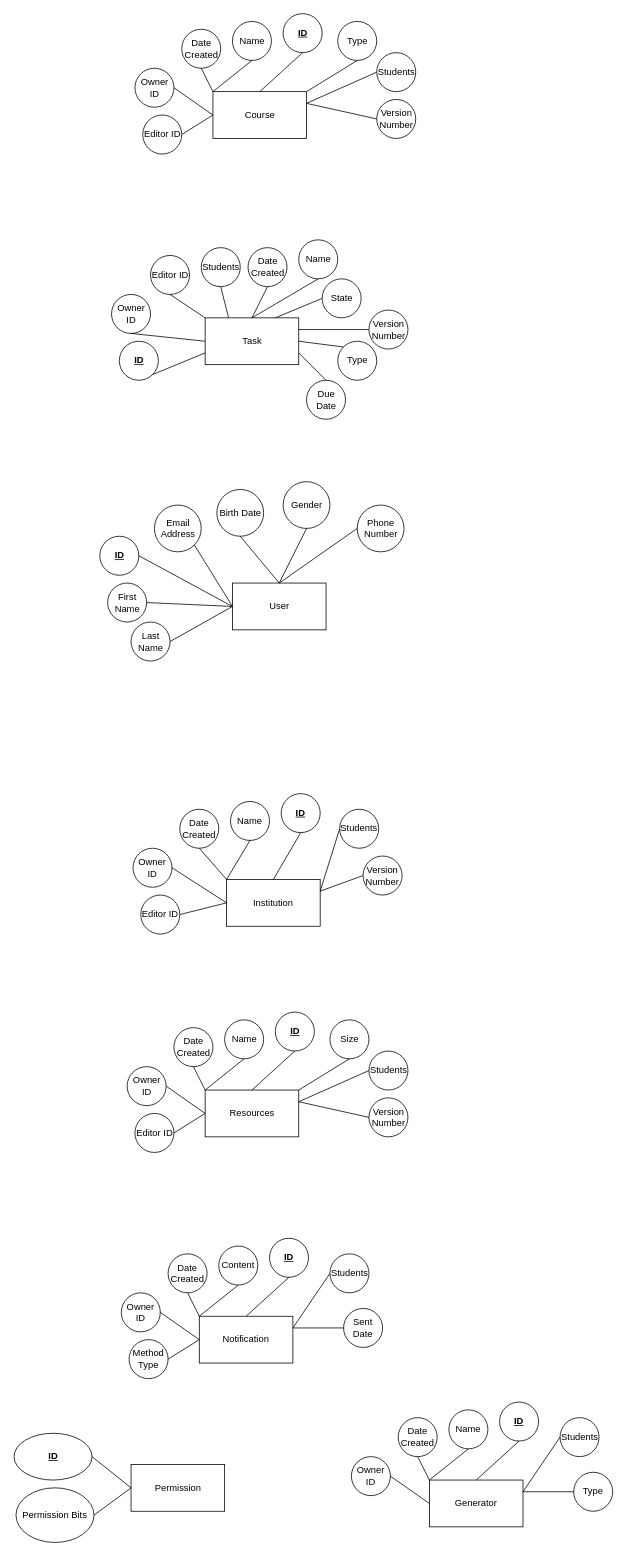
Apollo-LW/Apollo-LW keeps this draw.io diagram as diagrams/db/DatabaseER.drawio. Above is the earlier version. Source tidied: cells renumbered, new cells numbered last; positions are measured from the earlier drawing's top-left corner, leaving out a move shared by most shapes. Both pictures are drawn from the tidied source at 78%, with x=0, y=0 at pixel (14, 13).
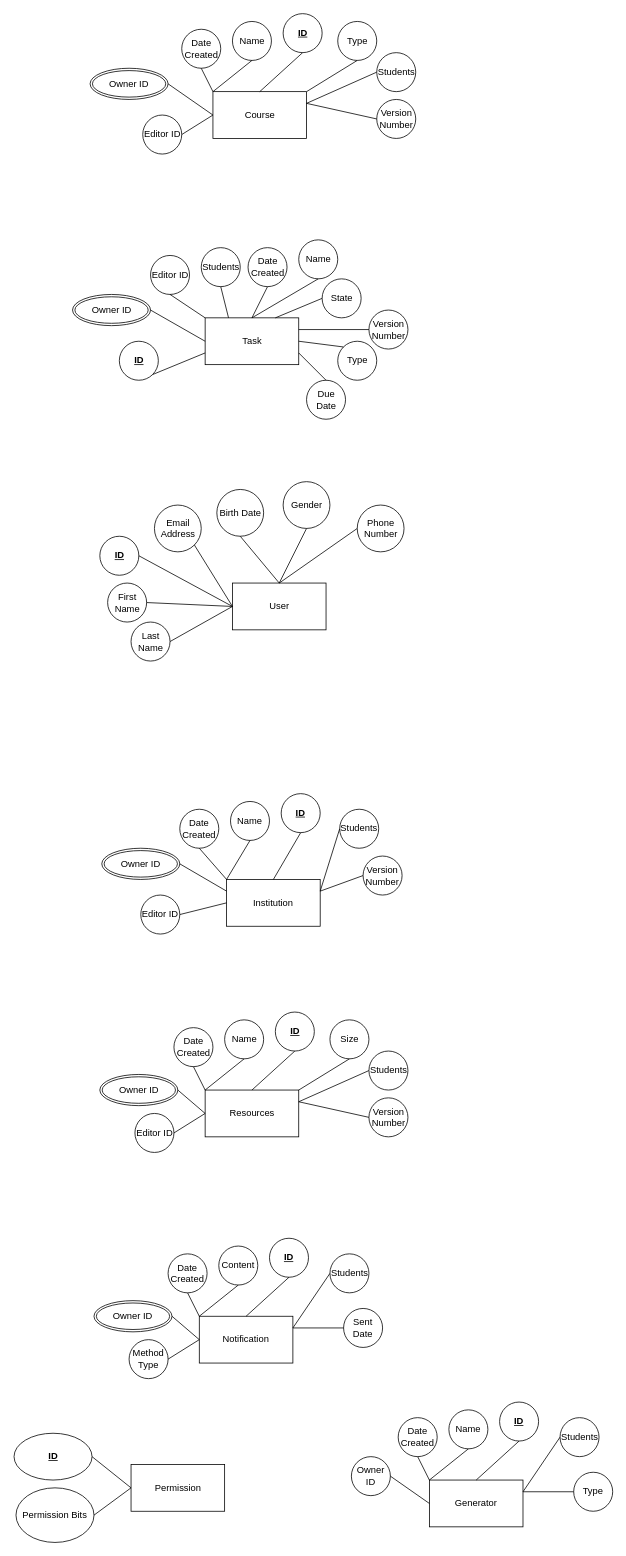
The same page after the edit.

Commit message:
Add owner ID multiple value attribute

Unchanged cells that the change refers to:
```xml
<mxCell id="3" value="Course" style="rounded=0;whiteSpace=wrap;html=1;" parent="1" vertex="1">
  <mxGeometry x="254.5" y="100" width="120" height="60" as="geometry" />
</mxCell>
<mxCell id="4" value="Task" style="rounded=0;whiteSpace=wrap;html=1;" parent="1" vertex="1">
  <mxGeometry x="244.5" y="390" width="120" height="60" as="geometry" />
</mxCell>
<mxCell id="55" value="Institution" style="rounded=0;whiteSpace=wrap;html=1;" parent="1" vertex="1">
  <mxGeometry x="272" y="1110" width="120" height="60" as="geometry" />
</mxCell>
<mxCell id="70" value="Resources" style="rounded=0;whiteSpace=wrap;html=1;" parent="1" vertex="1">
  <mxGeometry x="244.5" y="1380" width="120" height="60" as="geometry" />
</mxCell>
<mxCell id="87" value="Notification" style="rounded=0;whiteSpace=wrap;html=1;" parent="1" vertex="1">
  <mxGeometry x="237" y="1670" width="120" height="60" as="geometry" />
</mxCell>
```

Change to the diagram source:
```diff
@@
-    <mxCell id="23" value="Owner ID" style="ellipse;whiteSpace=wrap;html=1;" parent="1" vertex="1">
-      <mxGeometry x="154.5" y="70" width="50" height="50" as="geometry" />
-    </mxCell>
@@
-    <mxCell id="27" style="endArrow=none;html=1;rounded=0;exitX=1;exitY=0.5;exitDx=0;exitDy=0;entryX=0;entryY=0.5;entryDx=0;entryDy=0;" parent="1" edge="1" source="23" target="3">
+    <mxCell id="27" style="endArrow=none;html=1;rounded=0;exitX=1;exitY=0.5;exitDx=0;exitDy=0;entryX=0;entryY=0.5;entryDx=0;entryDy=0;" parent="1" edge="1" source="120" target="3">
       <mxGeometry relative="1" as="geometry" />
     </mxCell>
@@
-    <mxCell id="36" value="Owner ID" style="ellipse;whiteSpace=wrap;html=1;" parent="1" vertex="1">
-      <mxGeometry x="124.5" y="360" width="50" height="50" as="geometry" />
-    </mxCell>
@@
-    <mxCell id="38" style="endArrow=none;html=1;rounded=0;exitX=0.5;exitY=1;exitDx=0;exitDy=0;entryX=0;entryY=0.5;entryDx=0;entryDy=0;" parent="1" edge="1" source="36" target="4">
-      <mxGeometry relative="1" as="geometry" />
-    </mxCell>
@@
-    <mxCell id="60" value="Owner ID" style="ellipse;whiteSpace=wrap;html=1;" parent="1" vertex="1">
-      <mxGeometry x="152" y="1070" width="50" height="50" as="geometry" />
-    </mxCell>
@@
-    <mxCell id="63" style="endArrow=none;html=1;rounded=0;exitX=1;exitY=0.5;exitDx=0;exitDy=0;entryX=0;entryY=0.5;entryDx=0;entryDy=0;" parent="1" edge="1" source="60" target="55">
-      <mxGeometry relative="1" as="geometry" />
-    </mxCell>
@@
-    <mxCell id="75" value="Owner ID" style="ellipse;whiteSpace=wrap;html=1;" parent="1" vertex="1">
-      <mxGeometry x="144.5" y="1350" width="50" height="50" as="geometry" />
-    </mxCell>
@@
-    <mxCell id="79" style="endArrow=none;html=1;rounded=0;exitX=1;exitY=0.5;exitDx=0;exitDy=0;entryX=0;entryY=0.5;entryDx=0;entryDy=0;" parent="1" edge="1" source="75" target="70">
-      <mxGeometry relative="1" as="geometry" />
-    </mxCell>
@@
-    <mxCell id="92" value="Owner ID" style="ellipse;whiteSpace=wrap;html=1;" parent="1" vertex="1">
-      <mxGeometry x="137" y="1640" width="50" height="50" as="geometry" />
-    </mxCell>
@@
-    <mxCell id="95" style="endArrow=none;html=1;rounded=0;exitX=1;exitY=0.5;exitDx=0;exitDy=0;entryX=0;entryY=0.5;entryDx=0;entryDy=0;" parent="1" edge="1" source="92" target="87">
-      <mxGeometry relative="1" as="geometry" />
-    </mxCell>
@@
+    <mxCell id="120" value="Owner ID" style="ellipse;shape=doubleEllipse;margin=3;whiteSpace=wrap;html=1;align=center;" parent="1" vertex="1">
+      <mxGeometry x="97" y="70" width="100" height="40" as="geometry" />
+    </mxCell>
+    <mxCell id="121" style="endArrow=none;html=1;rounded=0;exitX=1;exitY=0.5;exitDx=0;exitDy=0;entryX=0;entryY=0.5;entryDx=0;entryDy=0;" parent="1" edge="1" source="122" target="4">
+      <mxGeometry relative="1" as="geometry" />
+    </mxCell>
+    <mxCell id="122" value="Owner ID" style="ellipse;shape=doubleEllipse;margin=3;whiteSpace=wrap;html=1;align=center;" parent="1" vertex="1">
+      <mxGeometry x="74.5" y="360" width="100" height="40" as="geometry" />
+    </mxCell>
+    <mxCell id="123" value="Owner ID" style="ellipse;shape=doubleEllipse;margin=3;whiteSpace=wrap;html=1;align=center;" parent="1" vertex="1">
+      <mxGeometry x="112" y="1070" width="100" height="40" as="geometry" />
+    </mxCell>
+    <mxCell id="124" style="endArrow=none;html=1;rounded=0;exitX=1;exitY=0.5;exitDx=0;exitDy=0;entryX=0;entryY=0.25;entryDx=0;entryDy=0;" parent="1" edge="1" source="123" target="55">
+      <mxGeometry relative="1" as="geometry" />
+    </mxCell>
+    <mxCell id="125" value="Owner ID" style="ellipse;shape=doubleEllipse;margin=3;whiteSpace=wrap;html=1;align=center;" parent="1" vertex="1">
+      <mxGeometry x="109.5" y="1360" width="100" height="40" as="geometry" />
+    </mxCell>
+    <mxCell id="126" style="endArrow=none;html=1;rounded=0;exitX=1;exitY=0.5;exitDx=0;exitDy=0;entryX=0;entryY=0.5;entryDx=0;entryDy=0;" parent="1" edge="1" source="125" target="70">
+      <mxGeometry relative="1" as="geometry" />
+    </mxCell>
+    <mxCell id="127" value="Owner ID" style="ellipse;shape=doubleEllipse;margin=3;whiteSpace=wrap;html=1;align=center;" parent="1" vertex="1">
+      <mxGeometry x="102" y="1650" width="100" height="40" as="geometry" />
+    </mxCell>
+    <mxCell id="128" style="endArrow=none;html=1;rounded=0;exitX=1;exitY=0.5;exitDx=0;exitDy=0;entryX=0;entryY=0.5;entryDx=0;entryDy=0;" parent="1" edge="1" source="127" target="87">
+      <mxGeometry relative="1" as="geometry" />
+    </mxCell>
```
